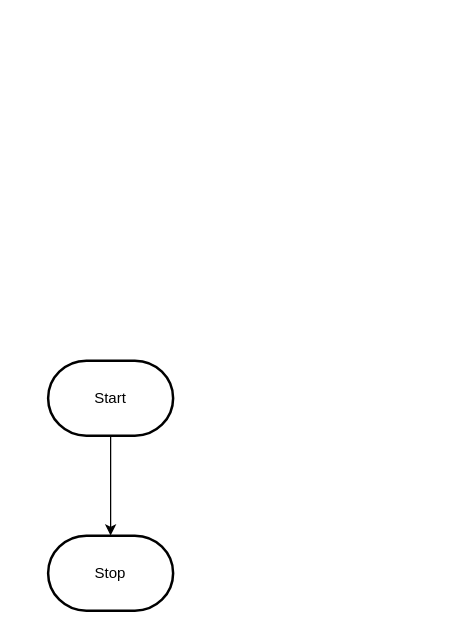
Before: design/flowchart.drawio in MTHS-ICS2O-2-2022/ICS2O-Unit-3-03-Fares-Abdelkader, a draw.io diagram. Source tidied: cells renumbered, new cells numbered last; positions are measured from the earlier drawing's top-left corner, leaving out a move shared by most shapes. Both pictures are drawn from the tidied source at 125%, with x=0, y=0 at pixel (48, 360).
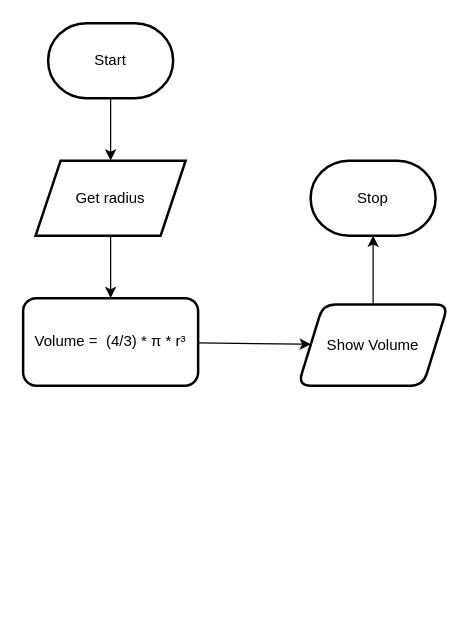
The same diagram, later.

What changed in the source:
```diff
@@
 <mxGraphModel>
   <root>
     <mxCell id="0" />
     <mxCell id="1" parent="0" />
-    <mxCell id="2" style="edgeStyle=orthogonalEdgeStyle;html=1;rounded=0;" parent="1" edge="1" source="3" target="4">
-      <mxGeometry relative="1" as="geometry" />
-    </mxCell>
+    <mxCell id="5" style="edgeStyle=none;html=1;entryX=0.5;entryY=0;entryDx=0;entryDy=0;" parent="1" edge="1" source="3" target="2">
+      <mxGeometry relative="1" as="geometry" />
+    </mxCell>
     <mxCell id="3" value="Start" style="strokeWidth=2;html=1;shape=mxgraph.flowchart.terminator;whiteSpace=wrap;" parent="1" vertex="1">
-      <mxGeometry width="100" height="60" as="geometry" />
+      <mxGeometry y="-270" width="100" height="60" as="geometry" />
     </mxCell>
     <mxCell id="4" value="Stop" style="strokeWidth=2;html=1;shape=mxgraph.flowchart.terminator;whiteSpace=wrap;" parent="1" vertex="1">
-      <mxGeometry y="140" width="100" height="60" as="geometry" />
+      <mxGeometry x="210" y="-160" width="100" height="60" as="geometry" />
     </mxCell>
+    <mxCell id="6" style="edgeStyle=none;html=1;" parent="1" edge="1" source="2" target="8">
+      <mxGeometry relative="1" as="geometry" />
+    </mxCell>
+    <mxCell id="2" value="Get radius" style="shape=parallelogram;perimeter=parallelogramPerimeter;whiteSpace=wrap;html=1;fixedSize=1;strokeWidth=2;" parent="1" vertex="1">
+      <mxGeometry x="-10" y="-160" width="120" height="60" as="geometry" />
+    </mxCell>
+    <mxCell id="7" style="edgeStyle=none;html=1;fontSize=12;" parent="1" edge="1" source="8" target="10">
+      <mxGeometry relative="1" as="geometry" />
+    </mxCell>
+    <mxCell id="8" value="Volume = &amp;nbsp;(4/3) * π * r³" style="rounded=1;whiteSpace=wrap;html=1;strokeWidth=2;" parent="1" vertex="1">
+      <mxGeometry x="-20" y="-50" width="140" height="70" as="geometry" />
+    </mxCell>
+    <mxCell id="9" style="edgeStyle=none;html=1;entryX=0.5;entryY=1;entryDx=0;entryDy=0;entryPerimeter=0;fontSize=12;" parent="1" edge="1" source="10" target="4">
+      <mxGeometry relative="1" as="geometry" />
+    </mxCell>
+    <mxCell id="10" value="Show Volume" style="shape=parallelogram;perimeter=parallelogramPerimeter;whiteSpace=wrap;html=1;fixedSize=1;rounded=1;strokeWidth=2;" parent="1" vertex="1">
+      <mxGeometry x="200" y="-45" width="120" height="65" as="geometry" />
+    </mxCell>
   </root>
 </mxGraphModel>
```
